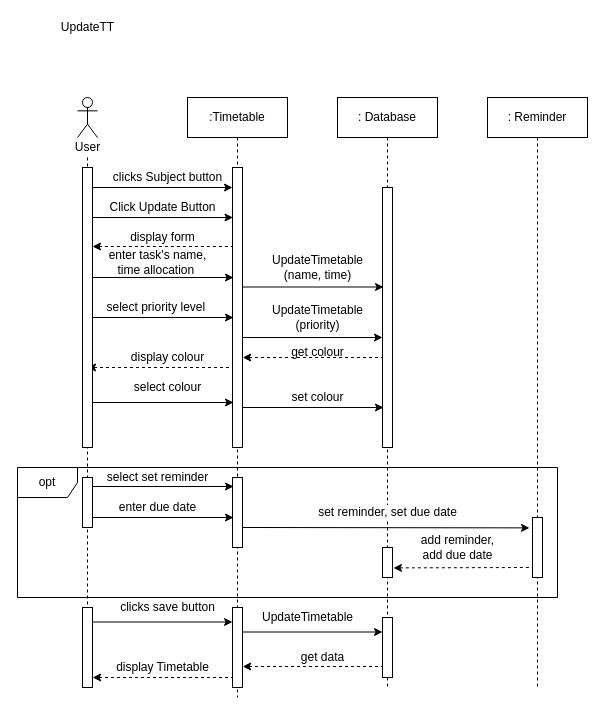
Before: page "Page-3" (3 of 4) of Timetable.drawio in FaizAnuar/ashisu, a draw.io diagram. Source tidied: cells renumbered, new cells numbered last; positions are measured from the earlier drawing's top-left corner, leaving out a move shared by most shapes. Both pictures are drawn from the tidied source at 100%, with x=0, y=0 at pixel (17, 17).
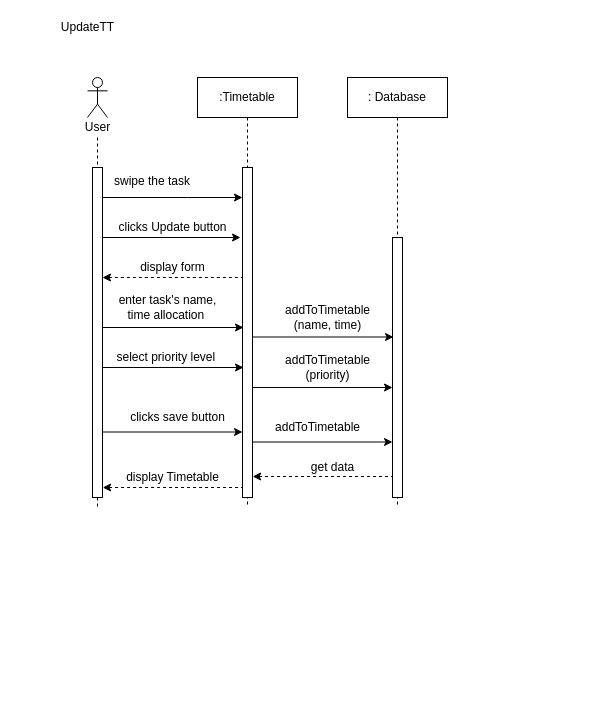
The same diagram, later.

Diff of the diagram source:
```diff
@@
-    <mxCell id="2" value="opt" style="shape=umlFrame;whiteSpace=wrap;html=1;fillColor=#FFFFFF;" parent="1" vertex="1">
-      <mxGeometry y="450" width="540" height="130" as="geometry" />
-    </mxCell>
-    <mxCell id="3" style="edgeStyle=orthogonalEdgeStyle;rounded=0;jettySize=auto;html=1;endArrow=none;endFill=0;dashed=1;" parent="1" edge="1" source="11">
-      <mxGeometry relative="1" as="geometry">
-        <mxPoint x="70" y="670" as="targetPoint" />
-      </mxGeometry>
-    </mxCell>
-    <mxCell id="4" style="shape=umlActor;verticalLabelPosition=bottom;verticalAlign=top;html=1;" parent="1" vertex="1">
-      <mxGeometry x="60" y="80" width="20" height="40" as="geometry" />
-    </mxCell>
+    <mxCell id="62" value="UpdateTT" style="text;html=1;align=center;verticalAlign=middle;strokeColor=none;" parent="1" vertex="1">
+      <mxGeometry x="35" width="70" height="20" as="geometry" />
+    </mxCell>
+    <mxCell id="65" style="edgeStyle=orthogonalEdgeStyle;rounded=0;jettySize=auto;html=1;endArrow=none;endFill=0;dashed=1;" parent="1" edge="1" source="11">
+      <mxGeometry relative="1" as="geometry">
+        <mxPoint x="80" y="490" as="targetPoint" />
+      </mxGeometry>
+    </mxCell>
+    <mxCell id="66" style="shape=umlActor;verticalLabelPosition=bottom;verticalAlign=top;html=1;" parent="1" vertex="1">
+      <mxGeometry x="70" y="60" width="20" height="40" as="geometry" />
+    </mxCell>
     <mxCell id="5" value=":Timetable" style="rounded=0;whiteSpace=wrap;html=1;" parent="1" vertex="1">
-      <mxGeometry x="170" y="80" width="100" height="40" as="geometry" />
+      <mxGeometry x="180" y="60" width="100" height="40" as="geometry" />
     </mxCell>
-    <mxCell id="6" style="edgeStyle=orthogonalEdgeStyle;rounded=0;jettySize=auto;html=1;endArrow=none;endFill=0;dashed=1;" parent="1" edge="1" source="7">
-      <mxGeometry relative="1" as="geometry">
-        <mxPoint x="370" y="670" as="targetPoint" />
-      </mxGeometry>
-    </mxCell>
+    <mxCell id="67" style="edgeStyle=orthogonalEdgeStyle;rounded=0;jettySize=auto;html=1;endArrow=none;endFill=0;dashed=1;" parent="1" edge="1" source="7">
+      <mxGeometry relative="1" as="geometry">
+        <mxPoint x="380" y="490" as="targetPoint" />
+      </mxGeometry>
+    </mxCell>
     <mxCell id="7" value=": Database" style="rounded=0;whiteSpace=wrap;html=1;" parent="1" vertex="1">
-      <mxGeometry x="320" y="80" width="100" height="40" as="geometry" />
+      <mxGeometry x="330" y="60" width="100" height="40" as="geometry" />
     </mxCell>
-    <mxCell id="8" style="endArrow=classic;html=1;" parent="1" edge="1">
-      <mxGeometry relative="1" as="geometry">
-        <mxPoint x="72" y="170" as="sourcePoint" />
-        <mxPoint x="215" y="170" as="targetPoint" />
-      </mxGeometry>
-    </mxCell>
-    <mxCell id="9" value="clicks Subject button" style="text;html=1;align=center;verticalAlign=middle;strokeColor=none;" parent="1" vertex="1">
-      <mxGeometry x="85" y="150" width="130" height="20" as="geometry" />
-    </mxCell>
-    <mxCell id="10" style="html=1;perimeter=orthogonalPerimeter;fillColor=#ffffff;" parent="1" vertex="1">
-      <mxGeometry x="365" y="170" width="10" height="260" as="geometry" />
-    </mxCell>
+    <mxCell id="68" style="endArrow=classic;html=1;" parent="1" edge="1">
+      <mxGeometry relative="1" as="geometry">
+        <mxPoint x="80" y="220" as="sourcePoint" />
+        <mxPoint x="223" y="220" as="targetPoint" />
+      </mxGeometry>
+    </mxCell>
+    <mxCell id="69" value="clicks Update button" style="text;html=1;align=center;verticalAlign=middle;strokeColor=none;" parent="1" vertex="1">
+      <mxGeometry x="95" y="200" width="120" height="20" as="geometry" />
+    </mxCell>
+    <mxCell id="70" style="html=1;perimeter=orthogonalPerimeter;fillColor=#ffffff;" parent="1" vertex="1">
+      <mxGeometry x="375" y="220" width="10" height="260" as="geometry" />
+    </mxCell>
     <mxCell id="11" value="User" style="text;html=1;align=center;verticalAlign=middle;points=[];strokeColor=none;" parent="1" vertex="1">
-      <mxGeometry x="50" y="120" width="40" height="20" as="geometry" />
+      <mxGeometry x="60" y="100" width="40" height="20" as="geometry" />
     </mxCell>
-    <mxCell id="12" style="endArrow=classic;html=1;" parent="1" edge="1">
-      <mxGeometry relative="1" as="geometry">
-        <mxPoint x="75" y="260" as="sourcePoint" />
-        <mxPoint x="216" y="260" as="targetPoint" />
-      </mxGeometry>
-    </mxCell>
-    <mxCell id="13" style="endArrow=none;html=1;entryX=-0.02;entryY=0.222;entryDx=0;entryDy=0;entryPerimeter=0;startArrow=classic;startFill=1;endFill=0;dashed=1;" parent="1" edge="1">
-      <mxGeometry relative="1" as="geometry">
-        <mxPoint x="75" y="229" as="sourcePoint" />
-        <mxPoint x="214.8" y="229" as="targetPoint" />
-      </mxGeometry>
-    </mxCell>
-    <mxCell id="14" style="endArrow=none;html=1;entryX=-0.02;entryY=0.222;entryDx=0;entryDy=0;entryPerimeter=0;startArrow=classic;startFill=1;endFill=0;dashed=1;" parent="1" edge="1">
-      <mxGeometry relative="1" as="geometry">
-        <mxPoint x="225.2" y="340" as="sourcePoint" />
-        <mxPoint x="365" y="340" as="targetPoint" />
-      </mxGeometry>
-    </mxCell>
-    <mxCell id="15" style="edgeStyle=orthogonalEdgeStyle;rounded=0;jettySize=auto;html=1;endArrow=none;endFill=0;dashed=1;" parent="1" edge="1" source="5">
-      <mxGeometry relative="1" as="geometry">
-        <mxPoint x="220" y="680" as="targetPoint" />
-        <Array as="points">
-          <mxPoint x="220" y="210" />
-          <mxPoint x="220" y="210" />
-        </Array>
-      </mxGeometry>
-    </mxCell>
+    <mxCell id="71" style="endArrow=classic;html=1;" parent="1" edge="1">
+      <mxGeometry relative="1" as="geometry">
+        <mxPoint x="85" y="310" as="sourcePoint" />
+        <mxPoint x="226" y="310" as="targetPoint" />
+      </mxGeometry>
+    </mxCell>
+    <mxCell id="72" style="endArrow=none;html=1;entryX=-0.02;entryY=0.222;entryDx=0;entryDy=0;entryPerimeter=0;startArrow=classic;startFill=1;endFill=0;dashed=1;" parent="1" edge="1">
+      <mxGeometry relative="1" as="geometry">
+        <mxPoint x="85" y="260" as="sourcePoint" />
+        <mxPoint x="224.8" y="260" as="targetPoint" />
+      </mxGeometry>
+    </mxCell>
+    <mxCell id="73" style="edgeStyle=orthogonalEdgeStyle;rounded=0;jettySize=auto;html=1;endArrow=none;endFill=0;dashed=1;" parent="1" edge="1" source="5">
+      <mxGeometry relative="1" as="geometry">
+        <mxPoint x="230" y="490" as="targetPoint" />
+        <Array as="points">
+          <mxPoint x="230" y="190" />
+          <mxPoint x="230" y="190" />
+        </Array>
+      </mxGeometry>
+    </mxCell>
     <mxCell id="16" value="display form" style="text;html=1;align=center;verticalAlign=middle;strokeColor=none;" parent="1" vertex="1">
-      <mxGeometry x="105" y="210" width="80" height="20" as="geometry" />
+      <mxGeometry x="115" y="240" width="80" height="20" as="geometry" />
     </mxCell>
     <mxCell id="17" value="enter task's name, &lt;br&gt;time allocation&amp;nbsp;" style="text;html=1;align=center;verticalAlign=middle;strokeColor=none;" parent="1" vertex="1">
-      <mxGeometry x="85" y="230" width="110" height="30" as="geometry" />
+      <mxGeometry x="95" y="275" width="110" height="30" as="geometry" />
     </mxCell>
-    <mxCell id="18" style="endArrow=classic;html=1;" parent="1" edge="1">
-      <mxGeometry relative="1" as="geometry">
-        <mxPoint x="75" y="300" as="sourcePoint" />
-        <mxPoint x="216" y="300" as="targetPoint" />
-      </mxGeometry>
-    </mxCell>
-    <mxCell id="19" style="endArrow=classic;html=1;" parent="1" edge="1">
-      <mxGeometry relative="1" as="geometry">
-        <mxPoint x="224" y="320" as="sourcePoint" />
-        <mxPoint x="365" y="320" as="targetPoint" />
-      </mxGeometry>
-    </mxCell>
-    <mxCell id="20" style="endArrow=classic;html=1;" parent="1" edge="1">
-      <mxGeometry relative="1" as="geometry">
-        <mxPoint x="225" y="269.5" as="sourcePoint" />
-        <mxPoint x="366" y="269.5" as="targetPoint" />
-      </mxGeometry>
-    </mxCell>
-    <mxCell id="21" style="endArrow=classic;html=1;" parent="1" edge="1">
-      <mxGeometry relative="1" as="geometry">
-        <mxPoint x="75" y="469" as="sourcePoint" />
-        <mxPoint x="216" y="469" as="targetPoint" />
-      </mxGeometry>
-    </mxCell>
-    <mxCell id="22" style="endArrow=classic;html=1;entryX=-0.3;entryY=0.173;entryDx=0;entryDy=0;entryPerimeter=0;" parent="1" edge="1" target="51">
-      <mxGeometry relative="1" as="geometry">
-        <mxPoint x="224" y="510" as="sourcePoint" />
-      </mxGeometry>
-    </mxCell>
-    <mxCell id="23" style="endArrow=none;html=1;entryX=0.5;entryY=0.833;entryDx=0;entryDy=0;entryPerimeter=0;startArrow=classic;startFill=1;endFill=0;dashed=1;exitX=1.1;exitY=0.68;exitDx=0;exitDy=0;exitPerimeter=0;" parent="1" edge="1" source="40" target="51">
-      <mxGeometry relative="1" as="geometry" />
-    </mxCell>
+    <mxCell id="74" style="endArrow=classic;html=1;" parent="1" edge="1">
+      <mxGeometry relative="1" as="geometry">
+        <mxPoint x="85" y="350" as="sourcePoint" />
+        <mxPoint x="226" y="350" as="targetPoint" />
+      </mxGeometry>
+    </mxCell>
+    <mxCell id="75" style="endArrow=classic;html=1;" parent="1" edge="1">
+      <mxGeometry relative="1" as="geometry">
+        <mxPoint x="234" y="370" as="sourcePoint" />
+        <mxPoint x="375" y="370" as="targetPoint" />
+      </mxGeometry>
+    </mxCell>
+    <mxCell id="76" style="endArrow=classic;html=1;" parent="1" edge="1">
+      <mxGeometry relative="1" as="geometry">
+        <mxPoint x="235" y="319.5" as="sourcePoint" />
+        <mxPoint x="376" y="319.5" as="targetPoint" />
+      </mxGeometry>
+    </mxCell>
     <mxCell id="24" value="select priority level&amp;nbsp;" style="text;html=1;align=center;verticalAlign=middle;strokeColor=none;" parent="1" vertex="1">
-      <mxGeometry x="80" y="280" width="120" height="20" as="geometry" />
+      <mxGeometry x="90" y="330" width="120" height="20" as="geometry" />
     </mxCell>
-    <mxCell id="25" value="UpdateTimetable&lt;br&gt;(name, time)" style="text;html=1;align=center;verticalAlign=middle;strokeColor=none;" parent="1" vertex="1">
-      <mxGeometry x="245" y="230" width="110" height="40" as="geometry" />
-    </mxCell>
-    <mxCell id="26" value="UpdateTimetable&lt;br&gt;(priority)" style="text;html=1;align=center;verticalAlign=middle;strokeColor=none;" parent="1" vertex="1">
-      <mxGeometry x="245" y="280" width="110" height="40" as="geometry" />
-    </mxCell>
-    <mxCell id="27" value="select set reminder" style="text;html=1;align=center;verticalAlign=middle;strokeColor=none;" parent="1" vertex="1">
-      <mxGeometry x="80" y="450" width="120" height="20" as="geometry" />
-    </mxCell>
-    <mxCell id="28" style="endArrow=classic;html=1;" parent="1" edge="1">
-      <mxGeometry relative="1" as="geometry">
-        <mxPoint x="75" y="385" as="sourcePoint" />
-        <mxPoint x="216" y="385" as="targetPoint" />
-      </mxGeometry>
-    </mxCell>
-    <mxCell id="29" style="endArrow=classic;html=1;" parent="1" edge="1">
-      <mxGeometry relative="1" as="geometry">
-        <mxPoint x="75" y="500" as="sourcePoint" />
-        <mxPoint x="216" y="500" as="targetPoint" />
-      </mxGeometry>
-    </mxCell>
-    <mxCell id="30" style="endArrow=classic;html=1;" parent="1" edge="1">
-      <mxGeometry relative="1" as="geometry">
-        <mxPoint x="224" y="614.5" as="sourcePoint" />
-        <mxPoint x="365" y="614.5" as="targetPoint" />
-      </mxGeometry>
-    </mxCell>
-    <mxCell id="31" style="endArrow=classic;html=1;" parent="1" edge="1">
-      <mxGeometry relative="1" as="geometry">
-        <mxPoint x="74" y="604.5" as="sourcePoint" />
-        <mxPoint x="215" y="604.5" as="targetPoint" />
-      </mxGeometry>
-    </mxCell>
-    <mxCell id="32" value="select colour" style="text;html=1;align=center;verticalAlign=middle;strokeColor=none;" parent="1" vertex="1">
-      <mxGeometry x="110" y="360" width="80" height="20" as="geometry" />
-    </mxCell>
-    <mxCell id="33" value="set colour" style="text;html=1;align=center;verticalAlign=middle;strokeColor=none;" parent="1" vertex="1">
-      <mxGeometry x="265" y="370" width="70" height="20" as="geometry" />
-    </mxCell>
-    <mxCell id="34" style="html=1;perimeter=orthogonalPerimeter;fillColor=#FFFFFF;" parent="1" vertex="1">
-      <mxGeometry x="65" y="460" width="10" height="50" as="geometry" />
-    </mxCell>
-    <mxCell id="35" style="html=1;perimeter=orthogonalPerimeter;fillColor=#FFFFFF;" parent="1" vertex="1">
-      <mxGeometry x="215" y="375" width="10" height="30" as="geometry" />
-    </mxCell>
-    <mxCell id="36" style="html=1;perimeter=orthogonalPerimeter;fillColor=#FFFFFF;" parent="1" vertex="1">
-      <mxGeometry x="65" y="370" width="10" height="30" as="geometry" />
-    </mxCell>
-    <mxCell id="37" style="html=1;perimeter=orthogonalPerimeter;fillColor=#FFFFFF;" parent="1" vertex="1">
-      <mxGeometry x="65" y="290" width="10" height="30" as="geometry" />
-    </mxCell>
-    <mxCell id="38" style="html=1;perimeter=orthogonalPerimeter;fillColor=#FFFFFF;" parent="1" vertex="1">
-      <mxGeometry x="215" y="460" width="10" height="70" as="geometry" />
-    </mxCell>
-    <mxCell id="39" style="html=1;perimeter=orthogonalPerimeter;fillColor=#FFFFFF;" parent="1" vertex="1">
-      <mxGeometry x="65" y="590" width="10" height="80" as="geometry" />
-    </mxCell>
-    <mxCell id="40" style="html=1;points=[];perimeter=orthogonalPerimeter;fillColor=#FFFFFF;" parent="1" vertex="1">
-      <mxGeometry x="365" y="530" width="10" height="30" as="geometry" />
-    </mxCell>
-    <mxCell id="41" style="html=1;perimeter=orthogonalPerimeter;fillColor=#FFFFFF;" parent="1" vertex="1">
-      <mxGeometry x="215" y="295" width="10" height="55" as="geometry" />
-    </mxCell>
-    <mxCell id="42" value="enter due date" style="text;html=1;align=center;verticalAlign=middle;strokeColor=none;" parent="1" vertex="1">
-      <mxGeometry x="95" y="480" width="90" height="20" as="geometry" />
-    </mxCell>
-    <mxCell id="43" style="edgeStyle=orthogonalEdgeStyle;rounded=0;jettySize=auto;html=1;dashed=1;startArrow=none;startFill=0;endArrow=none;endFill=0;" parent="1" edge="1" source="44">
-      <mxGeometry relative="1" as="geometry">
-        <mxPoint x="520" y="670" as="targetPoint" />
-        <Array as="points">
-          <mxPoint x="520" y="670" />
-        </Array>
-      </mxGeometry>
-    </mxCell>
-    <mxCell id="44" value=": Reminder" style="rounded=0;whiteSpace=wrap;html=1;" parent="1" vertex="1">
-      <mxGeometry x="470" y="80" width="100" height="40" as="geometry" />
-    </mxCell>
-    <mxCell id="45" style="endArrow=classic;html=1;" parent="1" edge="1">
-      <mxGeometry relative="1" as="geometry">
-        <mxPoint x="225" y="390" as="sourcePoint" />
-        <mxPoint x="366" y="390" as="targetPoint" />
-      </mxGeometry>
-    </mxCell>
-    <mxCell id="46" style="endArrow=none;html=1;startArrow=classic;startFill=1;endFill=0;dashed=1;" parent="1" edge="1">
-      <mxGeometry relative="1" as="geometry">
-        <mxPoint x="70.1" y="350" as="sourcePoint" />
-        <mxPoint x="220" y="350" as="targetPoint" />
-      </mxGeometry>
-    </mxCell>
-    <mxCell id="47" value="&lt;span style=&quot;background-color: rgb(255 , 255 , 255)&quot;&gt;display colour&lt;/span&gt;" style="text;html=1;align=center;verticalAlign=middle;strokeColor=none;" parent="1" vertex="1">
-      <mxGeometry x="105" y="330" width="90" height="20" as="geometry" />
-    </mxCell>
-    <mxCell id="48" value="get colour" style="text;html=1;align=center;verticalAlign=middle;strokeColor=none;" parent="1" vertex="1">
-      <mxGeometry x="265" y="325" width="70" height="20" as="geometry" />
-    </mxCell>
-    <mxCell id="49" value="&lt;span style=&quot;background-color: rgb(255 , 255 , 255)&quot;&gt;set reminder, set due date&lt;/span&gt;" style="text;html=1;align=center;verticalAlign=middle;strokeColor=none;" parent="1" vertex="1">
-      <mxGeometry x="295" y="485" width="150" height="20" as="geometry" />
-    </mxCell>
-    <mxCell id="50" style="html=1;perimeter=orthogonalPerimeter;fillColor=#FFFFFF;" parent="1" vertex="1">
-      <mxGeometry x="215" y="590" width="10" height="80" as="geometry" />
-    </mxCell>
-    <mxCell id="51" style="html=1;points=[];perimeter=orthogonalPerimeter;fillColor=#FFFFFF;" parent="1" vertex="1">
-      <mxGeometry x="515" y="500" width="10" height="60" as="geometry" />
-    </mxCell>
-    <mxCell id="52" value="&lt;span style=&quot;background-color: rgb(255 , 255 , 255)&quot;&gt;add reminder, &lt;br&gt;add due date&lt;/span&gt;" style="text;html=1;align=center;verticalAlign=middle;strokeColor=none;" parent="1" vertex="1">
-      <mxGeometry x="395" y="515" width="90" height="30" as="geometry" />
-    </mxCell>
-    <mxCell id="53" style="html=1;perimeter=orthogonalPerimeter;fillColor=#FFFFFF;" parent="1" vertex="1">
-      <mxGeometry x="215" y="150" width="10" height="280" as="geometry" />
-    </mxCell>
-    <mxCell id="54" style="html=1;perimeter=orthogonalPerimeter;fillColor=#ffffff;" parent="1" vertex="1">
-      <mxGeometry x="65" y="150" width="10" height="280" as="geometry" />
-    </mxCell>
+    <mxCell id="77" value="addToTimetable&lt;br&gt;(name, time)" style="text;html=1;align=center;verticalAlign=middle;strokeColor=none;" parent="1" vertex="1">
+      <mxGeometry x="260" y="280" width="100" height="40" as="geometry" />
+    </mxCell>
+    <mxCell id="78" value="addToTimetable&lt;br&gt;(priority)" style="text;html=1;align=center;verticalAlign=middle;strokeColor=none;" parent="1" vertex="1">
+      <mxGeometry x="260" y="330" width="100" height="40" as="geometry" />
+    </mxCell>
+    <mxCell id="79" style="endArrow=classic;html=1;" parent="1" edge="1">
+      <mxGeometry relative="1" as="geometry">
+        <mxPoint x="234" y="424.5" as="sourcePoint" />
+        <mxPoint x="375" y="424.5" as="targetPoint" />
+      </mxGeometry>
+    </mxCell>
+    <mxCell id="80" style="endArrow=classic;html=1;" parent="1" edge="1">
+      <mxGeometry relative="1" as="geometry">
+        <mxPoint x="84" y="414.5" as="sourcePoint" />
+        <mxPoint x="225" y="414.5" as="targetPoint" />
+      </mxGeometry>
+    </mxCell>
+    <mxCell id="81" style="html=1;perimeter=orthogonalPerimeter;fillColor=#FFFFFF;" parent="1" vertex="1">
+      <mxGeometry x="75" y="340" width="10" height="30" as="geometry" />
+    </mxCell>
+    <mxCell id="82" style="html=1;perimeter=orthogonalPerimeter;fillColor=#FFFFFF;" parent="1" vertex="1">
+      <mxGeometry x="75" y="400" width="10" height="80" as="geometry" />
+    </mxCell>
+    <mxCell id="83" style="html=1;perimeter=orthogonalPerimeter;fillColor=#FFFFFF;" parent="1" vertex="1">
+      <mxGeometry x="225" y="345" width="10" height="55" as="geometry" />
+    </mxCell>
+    <mxCell id="84" style="html=1;perimeter=orthogonalPerimeter;fillColor=#FFFFFF;" parent="1" vertex="1">
+      <mxGeometry x="225" y="400" width="10" height="80" as="geometry" />
+    </mxCell>
+    <mxCell id="85" style="html=1;points=[];perimeter=orthogonalPerimeter;fillColor=#FFFFFF;" parent="1" vertex="1">
+      <mxGeometry x="225" y="150" width="10" height="330" as="geometry" />
+    </mxCell>
+    <mxCell id="86" style="edgeStyle=orthogonalEdgeStyle;rounded=0;jettySize=auto;html=1;" parent="1" edge="1" source="87" target="85">
+      <mxGeometry relative="1" as="geometry">
+        <Array as="points">
+          <mxPoint x="170" y="180" />
+          <mxPoint x="170" y="180" />
+        </Array>
+      </mxGeometry>
+    </mxCell>
+    <mxCell id="87" style="html=1;points=[];perimeter=orthogonalPerimeter;fillColor=#ffffff;" parent="1" vertex="1">
+      <mxGeometry x="75" y="150" width="10" height="330" as="geometry" />
+    </mxCell>
     <mxCell id="55" value="clicks save button" style="text;html=1;align=center;verticalAlign=middle;strokeColor=none;" parent="1" vertex="1">
-      <mxGeometry x="95" y="580" width="110" height="20" as="geometry" />
+      <mxGeometry x="105" y="390" width="110" height="20" as="geometry" />
     </mxCell>
-    <mxCell id="56" style="html=1;perimeter=orthogonalPerimeter;fillColor=#FFFFFF;" parent="1" vertex="1">
-      <mxGeometry x="365" y="600" width="10" height="60" as="geometry" />
-    </mxCell>
-    <mxCell id="57" style="endArrow=none;html=1;entryX=-0.02;entryY=0.222;entryDx=0;entryDy=0;entryPerimeter=0;startArrow=classic;startFill=1;endFill=0;dashed=1;" parent="1" edge="1">
-      <mxGeometry relative="1" as="geometry">
-        <mxPoint x="75.2" y="660" as="sourcePoint" />
-        <mxPoint x="215" y="660" as="targetPoint" />
-      </mxGeometry>
-    </mxCell>
-    <mxCell id="58" style="endArrow=none;html=1;entryX=-0.02;entryY=0.222;entryDx=0;entryDy=0;entryPerimeter=0;startArrow=classic;startFill=1;endFill=0;dashed=1;" parent="1" edge="1">
-      <mxGeometry relative="1" as="geometry">
-        <mxPoint x="225.2" y="649" as="sourcePoint" />
-        <mxPoint x="365" y="649" as="targetPoint" />
-      </mxGeometry>
-    </mxCell>
-    <mxCell id="59" value="UpdateTimetable" style="text;html=1;align=center;verticalAlign=middle;strokeColor=none;" parent="1" vertex="1">
-      <mxGeometry x="235" y="590" width="110" height="20" as="geometry" />
-    </mxCell>
+    <mxCell id="88" style="endArrow=none;html=1;entryX=-0.02;entryY=0.222;entryDx=0;entryDy=0;entryPerimeter=0;startArrow=classic;startFill=1;endFill=0;dashed=1;" parent="1" edge="1">
+      <mxGeometry relative="1" as="geometry">
+        <mxPoint x="85.2" y="470" as="sourcePoint" />
+        <mxPoint x="225" y="470" as="targetPoint" />
+      </mxGeometry>
+    </mxCell>
+    <mxCell id="89" style="endArrow=none;html=1;entryX=-0.02;entryY=0.222;entryDx=0;entryDy=0;entryPerimeter=0;startArrow=classic;startFill=1;endFill=0;dashed=1;" parent="1" edge="1">
+      <mxGeometry relative="1" as="geometry">
+        <mxPoint x="235.2" y="459" as="sourcePoint" />
+        <mxPoint x="375" y="459" as="targetPoint" />
+      </mxGeometry>
+    </mxCell>
+    <mxCell id="90" value="addToTimetable" style="text;html=1;align=center;verticalAlign=middle;strokeColor=none;" parent="1" vertex="1">
+      <mxGeometry x="250" y="400" width="100" height="20" as="geometry" />
+    </mxCell>
     <mxCell id="60" value="get data" style="text;html=1;align=center;verticalAlign=middle;strokeColor=none;" parent="1" vertex="1">
-      <mxGeometry x="275" y="630" width="60" height="20" as="geometry" />
+      <mxGeometry x="285" y="440" width="60" height="20" as="geometry" />
     </mxCell>
     <mxCell id="61" value="display Timetable" style="text;html=1;align=center;verticalAlign=middle;strokeColor=none;" parent="1" vertex="1">
-      <mxGeometry x="90" y="640" width="110" height="20" as="geometry" />
+      <mxGeometry x="100" y="450" width="110" height="20" as="geometry" />
     </mxCell>
-    <mxCell id="62" value="UpdateTT" style="text;html=1;align=center;verticalAlign=middle;strokeColor=none;" parent="1" vertex="1">
-      <mxGeometry x="35" width="70" height="20" as="geometry" />
-    </mxCell>
-    <mxCell id="63" style="endArrow=classic;html=1;" parent="1" edge="1">
-      <mxGeometry relative="1" as="geometry">
-        <mxPoint x="74.5" y="200" as="sourcePoint" />
-        <mxPoint x="215.5" y="200" as="targetPoint" />
-      </mxGeometry>
-    </mxCell>
-    <mxCell id="64" value="Click Update Button" style="text;html=1;align=center;verticalAlign=middle;strokeColor=none;" parent="1" vertex="1">
-      <mxGeometry x="85" y="180" width="120" height="20" as="geometry" />
-    </mxCell>
+    <mxCell id="91" value="&lt;div style=&quot;text-align: center&quot;&gt;&lt;span&gt;&lt;font face=&quot;helvetica&quot;&gt;swipe the task&lt;/font&gt;&lt;/span&gt;&lt;/div&gt;" style="text;whiteSpace=wrap;html=1;" parent="1" vertex="1">
+      <mxGeometry x="95" y="150" width="130" height="30" as="geometry" />
+    </mxCell>
```
